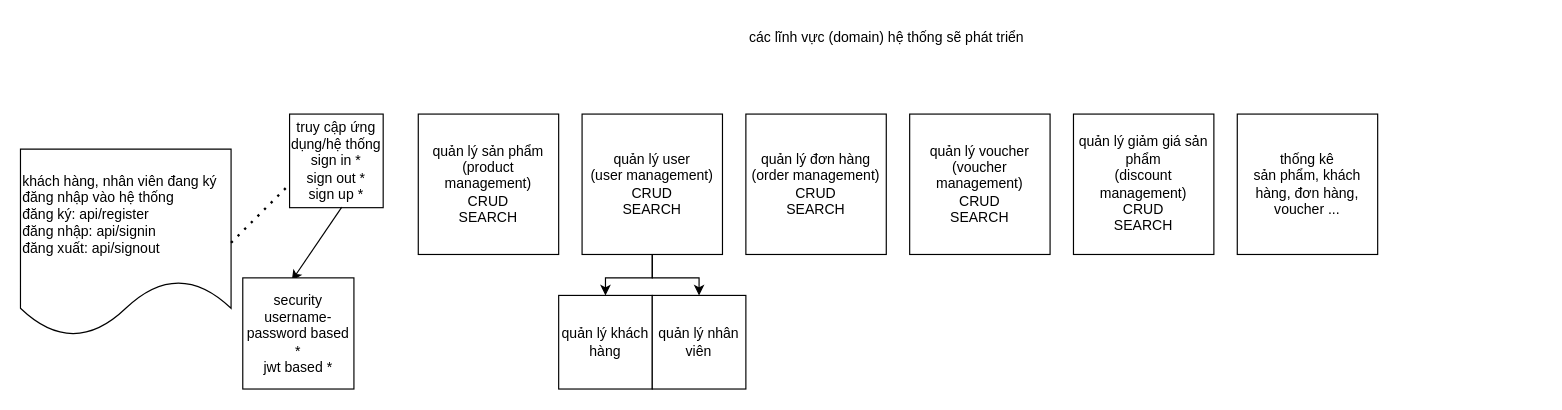
The draw.io diagram Untitled Diagram.drawio in MingChenCodeLab/diagram, before the edit. Source tidied: cells renumbered, new cells numbered last; positions are measured from the earlier drawing's top-left corner, leaving out a move shared by most shapes. Both pictures are drawn from the tidied source at 117%, with x=0, y=0 at pixel (20, 20).
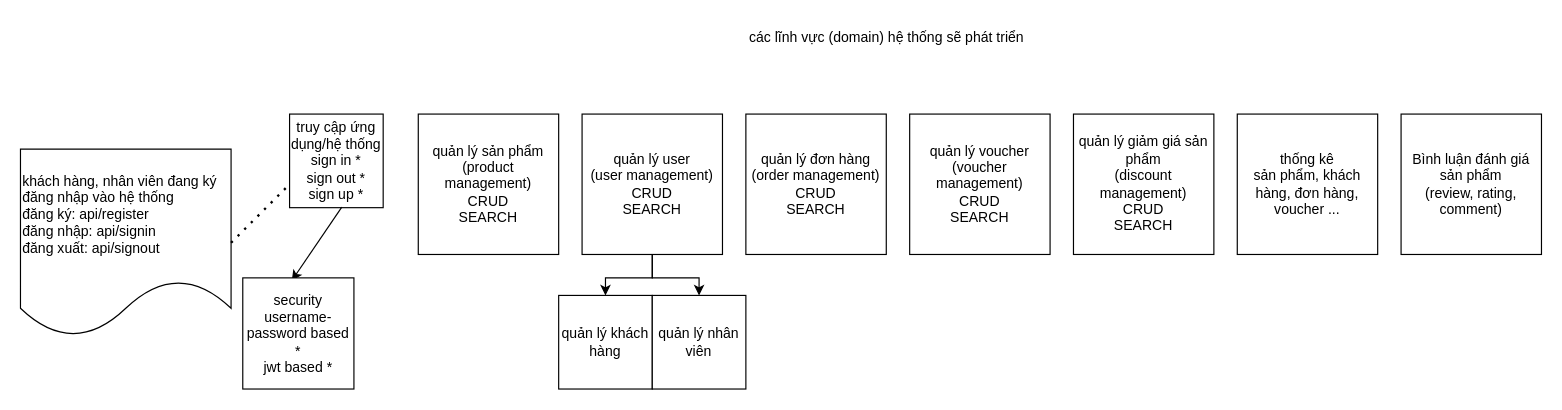
Above is the later version.

Change to the diagram source:
```diff
@@
 <mxGraphModel>
   <root>
     <mxCell id="0" />
     <mxCell id="1" parent="0" />
     <mxCell id="2" value="các lĩnh vực (domain) hệ thống sẽ phát triển" style="text;html=1;align=center;verticalAlign=middle;strokeColor=none;fillColor=none;" parent="1" vertex="1">
       <mxGeometry x="610" width="260" height="30" as="geometry" />
     </mxCell>
     <mxCell id="3" value="&lt;div&gt;truy cập ứng dụng/hệ thống&lt;br&gt;sign in *&lt;/div&gt;&lt;div&gt;sign out *&lt;/div&gt;&lt;div&gt;sign up *&lt;/div&gt;" style="whiteSpace=wrap;html=1;" parent="1" vertex="1">
       <mxGeometry x="230" y="80" width="80" height="80" as="geometry" />
     </mxCell>
     <mxCell id="4" value="quản lý sản phẩm&lt;br&gt;(product management)&lt;br&gt;CRUD&lt;br&gt;SEARCH" style="whiteSpace=wrap;html=1;" parent="1" vertex="1">
       <mxGeometry x="340" y="80" width="120" height="120" as="geometry" />
     </mxCell>
     <mxCell id="5" style="endArrow=classic;html=1;rounded=0;exitX=0.558;exitY=0.994;exitDx=0;exitDy=0;entryX=0.441;entryY=0.025;entryDx=0;entryDy=0;entryPerimeter=0;exitPerimeter=0;" parent="1" edge="1" source="3" target="6">
       <mxGeometry relative="1" as="geometry" />
     </mxCell>
     <mxCell id="6" value="security&lt;br&gt;username-password based *&lt;br&gt;jwt based *" style="whiteSpace=wrap;html=1;" parent="1" vertex="1">
       <mxGeometry x="190" y="220" width="95" height="95" as="geometry" />
     </mxCell>
     <mxCell id="7" value="khách hàng, nhân viên đang ký đăng nhập vào hệ thống&lt;br&gt;đăng ký: api/register&lt;br&gt;đăng nhập: api/signin&lt;br&gt;đăng xuất: api/signout" style="shape=document;whiteSpace=wrap;html=1;boundedLbl=1;align=left;" parent="1" vertex="1">
       <mxGeometry y="110" width="180" height="160" as="geometry" />
     </mxCell>
     <mxCell id="8" style="endArrow=none;dashed=1;html=1;dashPattern=1 3;strokeWidth=2;rounded=0;exitX=1;exitY=0.5;exitDx=0;exitDy=0;entryX=0;entryY=0.75;entryDx=0;entryDy=0;" parent="1" edge="1" source="7" target="3">
       <mxGeometry relative="1" as="geometry" />
     </mxCell>
     <mxCell id="9" style="edgeStyle=orthogonalEdgeStyle;rounded=0;jettySize=auto;html=1;entryX=0.5;entryY=0;entryDx=0;entryDy=0;" parent="1" edge="1" source="11" target="16">
       <mxGeometry relative="1" as="geometry" />
     </mxCell>
     <mxCell id="10" style="edgeStyle=orthogonalEdgeStyle;rounded=0;jettySize=auto;html=1;entryX=0.5;entryY=0;entryDx=0;entryDy=0;" parent="1" edge="1" source="11" target="17">
       <mxGeometry relative="1" as="geometry" />
     </mxCell>
     <mxCell id="11" value="quản lý user&lt;br&gt;(user management)&lt;br&gt;CRUD&lt;br&gt;SEARCH" style="whiteSpace=wrap;html=1;" parent="1" vertex="1">
       <mxGeometry x="480" y="80" width="120" height="120" as="geometry" />
     </mxCell>
     <mxCell id="12" value="quản lý đơn hàng&lt;br&gt;(order management)&lt;br&gt;CRUD&lt;br&gt;SEARCH" style="whiteSpace=wrap;html=1;" parent="1" vertex="1">
       <mxGeometry x="620" y="80" width="120" height="120" as="geometry" />
     </mxCell>
     <mxCell id="13" value="quản lý voucher&lt;br&gt;(voucher management)&lt;br&gt;CRUD&lt;br&gt;SEARCH" style="whiteSpace=wrap;html=1;" parent="1" vertex="1">
       <mxGeometry x="760" y="80" width="120" height="120" as="geometry" />
     </mxCell>
     <mxCell id="14" value="quản lý giảm giá sản phẩm&lt;br&gt;(discount management)&lt;br&gt;CRUD&lt;br&gt;SEARCH" style="whiteSpace=wrap;html=1;" parent="1" vertex="1">
       <mxGeometry x="900" y="80" width="120" height="120" as="geometry" />
     </mxCell>
     <mxCell id="15" value="thống kê&lt;br&gt;sản phẩm, khách hàng, đơn hàng, voucher ..." style="whiteSpace=wrap;html=1;" parent="1" vertex="1">
       <mxGeometry x="1040" y="80" width="120" height="120" as="geometry" />
     </mxCell>
     <mxCell id="16" value="quản lý khách hàng" style="whiteSpace=wrap;html=1;" parent="1" vertex="1">
       <mxGeometry x="460" y="235" width="80" height="80" as="geometry" />
     </mxCell>
     <mxCell id="17" value="quản lý nhân viên" style="whiteSpace=wrap;html=1;" parent="1" vertex="1">
       <mxGeometry x="540" y="235" width="80" height="80" as="geometry" />
     </mxCell>
+    <mxCell id="18" value="Bình luận đánh giá sản phẩm&lt;br&gt;(review, rating, comment)" style="whiteSpace=wrap;html=1;" parent="1" vertex="1">
+      <mxGeometry x="1180" y="80" width="120" height="120" as="geometry" />
+    </mxCell>
   </root>
 </mxGraphModel>
```
